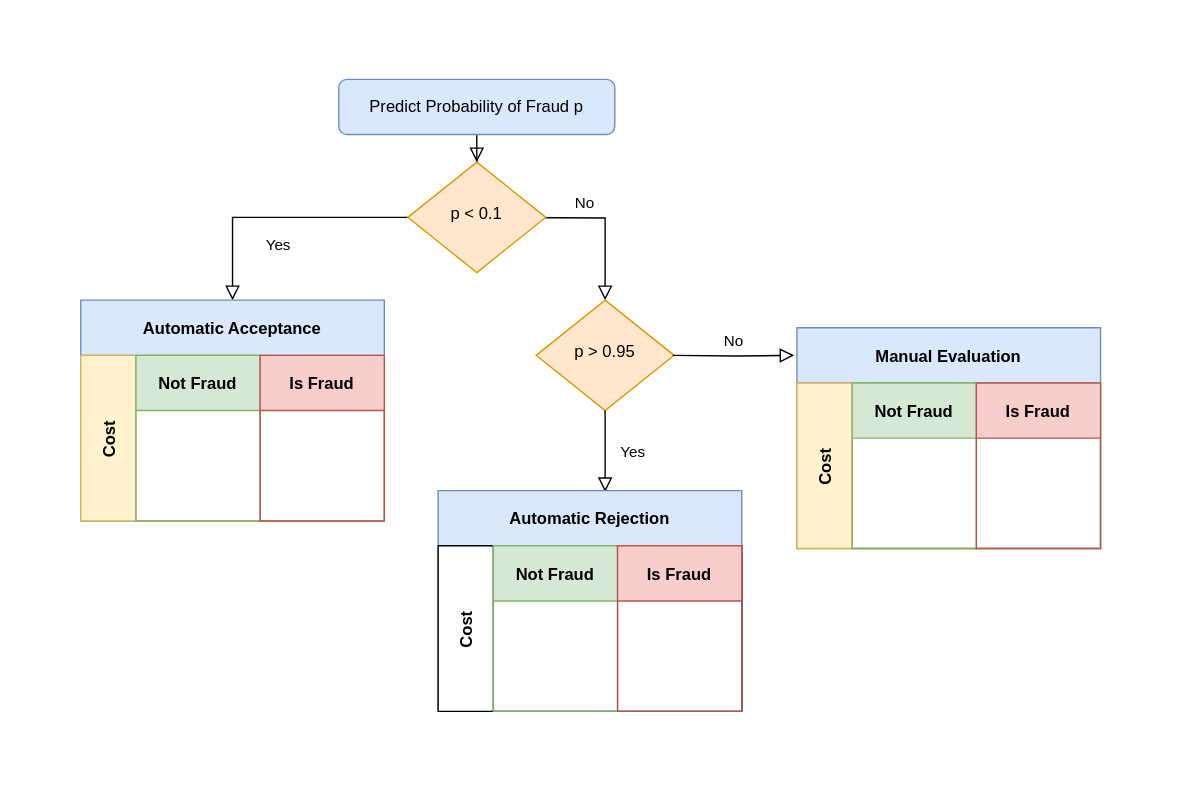
This is Chapter15/Decisions.drawio from getting-data-science-done/GDSD, a draw.io file, before an edit. Source tidied: cells renumbered, new cells numbered last; positions are measured from the earlier drawing's top-left corner, leaving out a move shared by most shapes. Both pictures are drawn from the tidied source at 138%, with x=0, y=0 at pixel (23, 23).
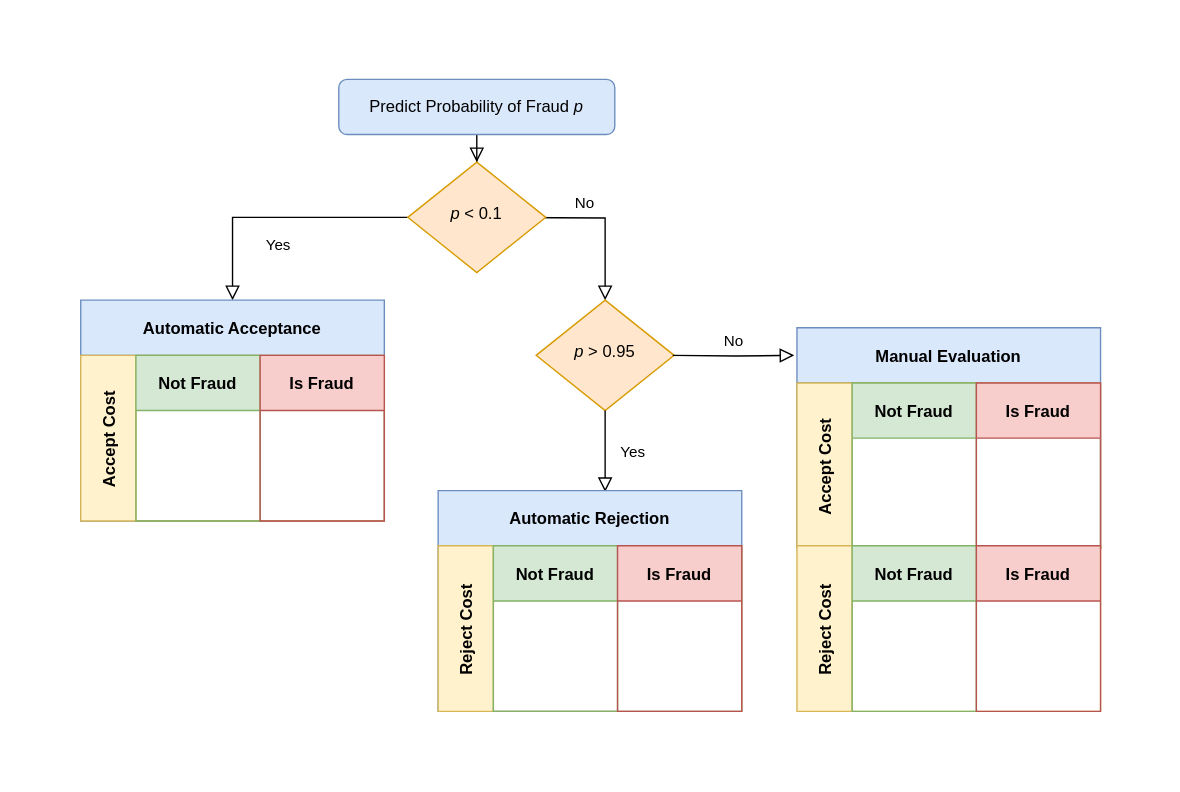
The same page after the edit.

Unchanged cells that the change refers to:
```xml
<mxCell id="8" value="Automatic Acceptance" style="shape=table;childLayout=tableLayout;rowLines=0;columnLines=0;startSize=40;fontStyle=1;align=center;fillColor=#dae8fc;strokeColor=#6c8ebf;" parent="1" vertex="1">
  <mxGeometry x="41" y="200" width="220" height="160" as="geometry" />
</mxCell>
<mxCell id="18" value="Manual Evaluation" style="shape=table;childLayout=tableLayout;rowLines=0;columnLines=0;startSize=40;fontStyle=1;align=center;fillColor=#dae8fc;strokeColor=#6c8ebf;" parent="1" vertex="1">
  <mxGeometry x="560" y="220" width="220" height="160" as="geometry" />
</mxCell>
```

What changed in the source:
```diff
@@
-    <mxCell id="3" value="Predict Probability of Fraud p" style="rounded=1;whiteSpace=wrap;html=1;fontSize=12;glass=0;strokeWidth=1;shadow=0;fillColor=#dae8fc;strokeColor=#6c8ebf;" parent="1" vertex="1">
+    <mxCell id="3" value="Predict Probability of Fraud &lt;i&gt;p&lt;/i&gt;" style="rounded=1;whiteSpace=wrap;html=1;fontSize=12;glass=0;strokeWidth=1;shadow=0;fillColor=#dae8fc;strokeColor=#6c8ebf;" parent="1" vertex="1">
       <mxGeometry x="228" y="40" width="200" height="40" as="geometry" />
     </mxCell>
@@
-    <mxCell id="6" value="p &amp;lt; 0.1" style="rhombus;whiteSpace=wrap;html=1;shadow=0;fontFamily=Helvetica;fontSize=12;align=center;strokeWidth=1;spacing=6;spacingTop=-4;fillColor=#ffe6cc;strokeColor=#d79b00;" parent="1" vertex="1">
+    <mxCell id="6" value="&lt;i&gt;p&lt;/i&gt; &amp;lt; 0.1" style="rhombus;whiteSpace=wrap;html=1;shadow=0;fontFamily=Helvetica;fontSize=12;align=center;strokeWidth=1;spacing=6;spacingTop=-4;fillColor=#ffe6cc;strokeColor=#d79b00;" parent="1" vertex="1">
       <mxGeometry x="278" y="100" width="100" height="80" as="geometry" />
     </mxCell>
-    <mxCell id="7" value="p &amp;gt; 0.95" style="rhombus;whiteSpace=wrap;html=1;shadow=0;fontFamily=Helvetica;fontSize=12;align=center;strokeWidth=1;spacing=6;spacingTop=-4;fillColor=#ffe6cc;strokeColor=#d79b00;" parent="1" vertex="1">
+    <mxCell id="7" value="&lt;i&gt;p&lt;/i&gt; &amp;gt; 0.95" style="rhombus;whiteSpace=wrap;html=1;shadow=0;fontFamily=Helvetica;fontSize=12;align=center;strokeWidth=1;spacing=6;spacingTop=-4;fillColor=#ffe6cc;strokeColor=#d79b00;" parent="1" vertex="1">
       <mxGeometry x="371" y="200" width="100" height="80" as="geometry" />
     </mxCell>
@@
-    <mxCell id="9" value="Cost" style="swimlane;horizontal=0;startSize=40;fontStyle=1;fillColor=#fff2cc;strokeColor=#d6b656;" parent="8" vertex="1">
+    <mxCell id="9" value="Accept Cost" style="swimlane;horizontal=0;startSize=40;fontStyle=1;fillColor=#fff2cc;strokeColor=#d6b656;" parent="8" vertex="1">
       <mxGeometry y="40" width="220" height="120" as="geometry" />
     </mxCell>
@@
-    <mxCell id="14" value="Automatic Rejection" style="shape=table;childLayout=tableLayout;rowLines=0;columnLines=0;startSize=40;fontStyle=1;align=center;fillColor=#dae8fc;strokeColor=#6c8ebf;" parent="1" vertex="1">
-      <mxGeometry x="300" y="338" width="220" height="160" as="geometry" />
-    </mxCell>
-    <mxCell id="15" value="Cost" style="swimlane;horizontal=0;startSize=40;fontStyle=1;" parent="14" vertex="1">
-      <mxGeometry y="40" width="220" height="120" as="geometry" />
-    </mxCell>
-    <mxCell id="16" value="Not Fraud" style="swimlane;startSize=40;fillColor=#d5e8d4;strokeColor=#82b366;" parent="15" vertex="1">
-      <mxGeometry x="40" width="90" height="120" as="geometry" />
-    </mxCell>
-    <mxCell id="17" value="Is Fraud" style="swimlane;startSize=40;fillColor=#f8cecc;strokeColor=#b85450;" parent="15" vertex="1">
-      <mxGeometry x="130" width="90" height="120" as="geometry" />
-    </mxCell>
@@
-    <mxCell id="19" value="Cost" style="swimlane;horizontal=0;startSize=40;fontStyle=1;fillColor=#fff2cc;strokeColor=#d6b656;" parent="18" vertex="1">
+    <mxCell id="19" value="Accept Cost" style="swimlane;horizontal=0;startSize=40;fontStyle=1;fillColor=#fff2cc;strokeColor=#d6b656;" parent="18" vertex="1">
       <mxGeometry y="40" width="220" height="120" as="geometry" />
     </mxCell>
@@
-    <mxCell id="22" style="rounded=0;whiteSpace=wrap;html=1;fillColor=none;dashed=1;strokeWidth=3;strokeColor=none;" parent="1" vertex="1">
-      <mxGeometry width="820" height="540" as="geometry" />
-    </mxCell>
+    <mxCell id="23" style="shape=table;childLayout=tableLayout;rowLines=0;columnLines=0;startSize=40;fontStyle=1;align=center;fillColor=none;strokeColor=none;" parent="1" vertex="1">
+      <mxGeometry x="560" y="338" width="220" height="160" as="geometry" />
+    </mxCell>
+    <mxCell id="24" value="Reject Cost" style="swimlane;horizontal=0;startSize=40;fontStyle=1;fillColor=#fff2cc;strokeColor=#d6b656;" parent="23" vertex="1">
+      <mxGeometry y="40" width="220" height="120" as="geometry" />
+    </mxCell>
+    <mxCell id="25" value="Not Fraud" style="swimlane;startSize=40;fillColor=#d5e8d4;strokeColor=#82b366;" parent="24" vertex="1">
+      <mxGeometry x="40" width="90" height="120" as="geometry" />
+    </mxCell>
+    <mxCell id="26" value="Is Fraud" style="swimlane;startSize=40;fillColor=#f8cecc;strokeColor=#b85450;" parent="24" vertex="1">
+      <mxGeometry x="130" width="90" height="120" as="geometry" />
+    </mxCell>
+    <mxCell id="14" value="Automatic Rejection" style="shape=table;childLayout=tableLayout;rowLines=0;columnLines=0;startSize=40;fontStyle=1;align=center;fillColor=#dae8fc;strokeColor=#6c8ebf;" parent="1" vertex="1">
+      <mxGeometry x="300" y="338" width="220" height="160" as="geometry" />
+    </mxCell>
+    <mxCell id="27" value="Reject Cost" style="swimlane;horizontal=0;startSize=40;fontStyle=1;fillColor=#fff2cc;strokeColor=#d6b656;" parent="14" vertex="1">
+      <mxGeometry y="40" width="220" height="120" as="geometry" />
+    </mxCell>
+    <mxCell id="28" value="Not Fraud" style="swimlane;startSize=40;fillColor=#d5e8d4;strokeColor=#82b366;" parent="27" vertex="1">
+      <mxGeometry x="40" width="90" height="120" as="geometry" />
+    </mxCell>
+    <mxCell id="29" value="Is Fraud" style="swimlane;startSize=40;fillColor=#f8cecc;strokeColor=#b85450;" parent="27" vertex="1">
+      <mxGeometry x="130" width="90" height="120" as="geometry" />
+    </mxCell>
+    <mxCell id="30" style="rounded=0;whiteSpace=wrap;html=1;strokeColor=#FFFFFF;fillColor=none;" parent="1" vertex="1">
+      <mxGeometry y="20" width="820" height="500" as="geometry" />
+    </mxCell>
```
